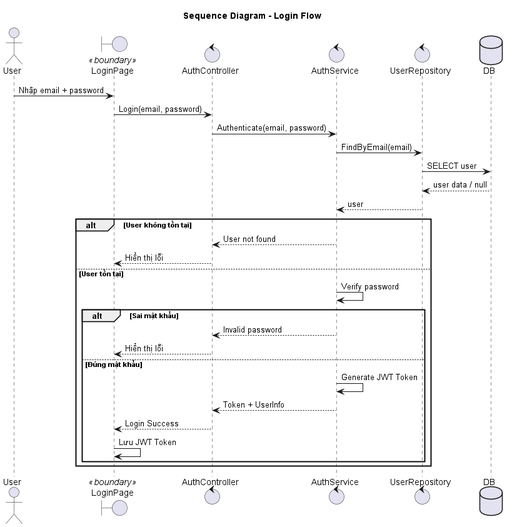
The PlantUML diagram out/sequence/đăng nhập/login_sequence.png in Faythpromax/E-Learning, before a commit.
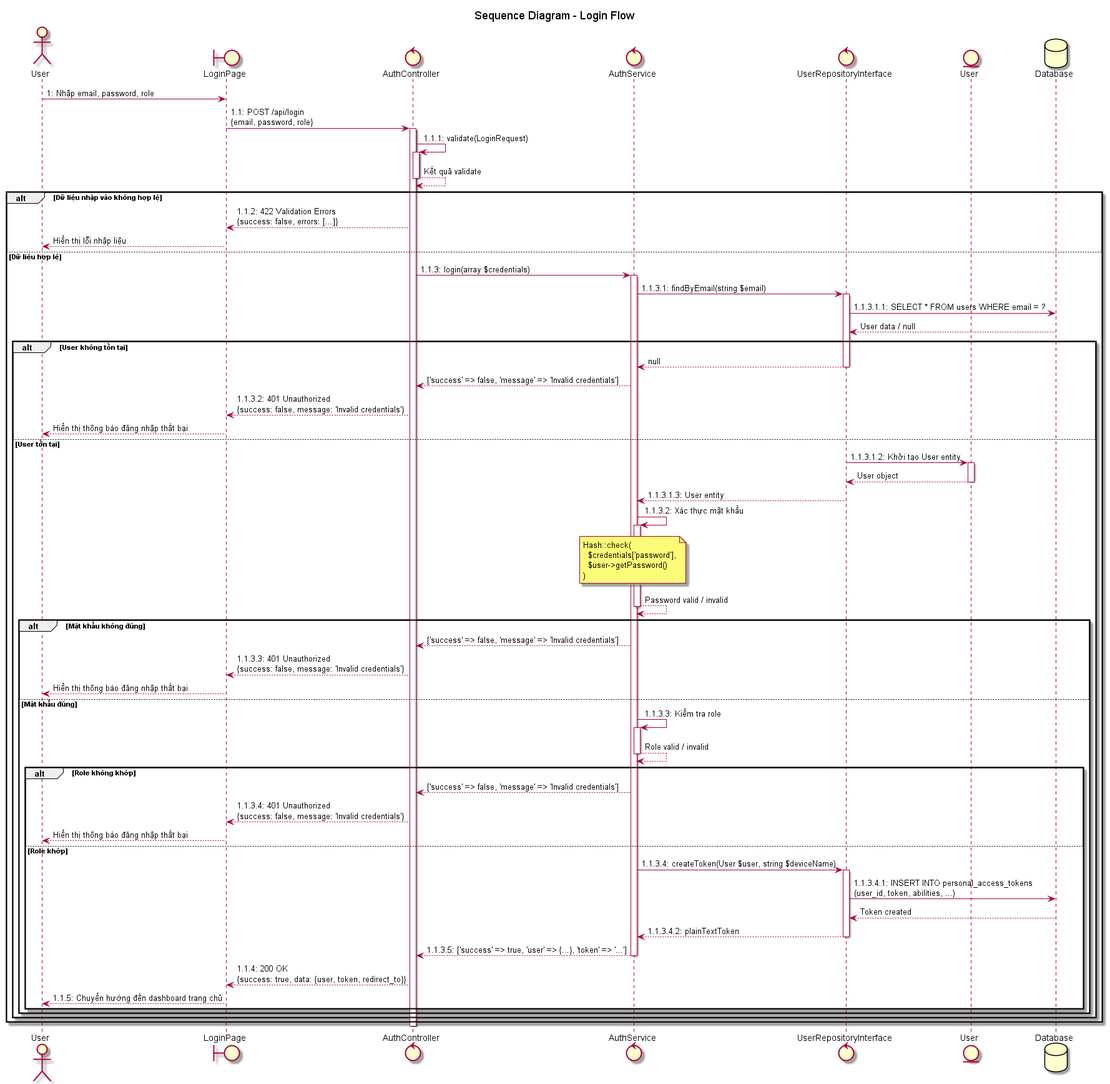
The same file after the commit.

Diff of the diagram source:
```diff
@@ -1,51 +1,88 @@
 @startuml login_sequence
 title Sequence Diagram - Login Flow
 
-actor User
-boundary "LoginPage" as UI <<boundary>>
-control AuthController
-control AuthService
-control UserRepository
-database DB
+actor "User" as user
+boundary "LoginPage" as UI
+control "AuthController" as controller
+control "AuthService" as service
+control "UserRepositoryInterface" as repository
+entity "User" as model
+database "Database" as db
 
-User -> UI: Nhập email + password
-UI -> AuthController: Login(email, password)
+user -> UI: 1: Nhập email, password, role
+UI -> controller: 1.1: POST /api/login\n{email, password, role}
+activate controller
 
-AuthController -> AuthService: Authenticate(email, password)
+controller -> controller++: 1.1.1: validate(LoginRequest)
+controller --> controller--: Kết quả validate
 
-AuthService -> UserRepository: FindByEmail(email)
-UserRepository -> DB: SELECT user
-DB --> UserRepository: user data / null
-UserRepository --> AuthService: user
+alt Dữ liệu nhập vào không hợp lệ
+    controller --> UI: 1.1.2: 422 Validation Errors\n{success: false, errors: [...]}
+    UI --> user: Hiển thị lỗi nhập liệu
+else Dữ liệu hợp lệ
+    controller -> service: 1.1.3: login(array $credentials)
+    activate service
 
-alt User không tồn tại
+    service -> repository: 1.1.3.1: findByEmail(string $email)
+    activate repository
 
+    repository -> db: 1.1.3.1.1: SELECT * FROM users WHERE email = ?
+    db --> repository: User data / null
 
-AuthService --> AuthController: User not found
-AuthController --> UI: Hiển thị lỗi
+    alt User không tồn tại
+        repository --> service: null
+        deactivate repository
 
+        service --> controller: ['success' => false, 'message' => 'Invalid credentials']
+        controller --> UI: 1.1.3.2: 401 Unauthorized\n{success: false, message: 'Invalid credentials'}
+        UI --> user: Hiển thị thông báo đăng nhập thất bại
+    else User tồn tại
+        repository -> model: 1.1.3.1.2: Khởi tạo User entity
+        activate model
+        model --> repository: User object
+        deactivate model
+        repository --> service: 1.1.3.1.3: User entity
+        deactivate repository
 
-else User tồn tại
+        service -> service++: 1.1.3.2: Xác thực mật khẩu
+        note over service
+          Hash::check(
+            $credentials['password'],
+            $user->getPassword()
+          )
+        end note
+        service --> service--: Password valid / invalid
 
+        alt Mật khẩu không đúng
+            service --> controller: ['success' => false, 'message' => 'Invalid credentials']
+            controller --> UI: 1.1.3.3: 401 Unauthorized\n{success: false, message: 'Invalid credentials'}
+            UI --> user: Hiển thị thông báo đăng nhập thất bại
+        else Mật khẩu đúng
+            service -> service++: 1.1.3.3: Kiểm tra role
+            service --> service--: Role valid / invalid
 
-AuthService -> AuthService: Verify password
+            alt Role không khớp
+                service --> controller: ['success' => false, 'message' => 'Invalid credentials']
+                controller --> UI: 1.1.3.4: 401 Unauthorized\n{success: false, message: 'Invalid credentials'}
+                UI --> user: Hiển thị thông báo đăng nhập thất bại
+            else Role khớp
+                service -> repository: 1.1.3.4: createToken(User $user, string $deviceName)
+                activate repository
 
-alt Sai mật khẩu
+                repository -> db: 1.1.3.4.1: INSERT INTO personal_access_tokens\n(user_id, token, abilities, ...)
+                db --> repository: Token created
+                repository --> service: 1.1.3.4.2: plainTextToken
+                deactivate repository
 
-    AuthService --> AuthController: Invalid password
-    AuthController --> UI: Hiển thị lỗi
+                service --> controller: 1.1.3.5: ['success' => true, 'user' => {...}, 'token' => '...']
+                deactivate service
 
-else Đúng mật khẩu
-
-    AuthService -> AuthService: Generate JWT Token
-
-    AuthService --> AuthController: Token + UserInfo
-    AuthController --> UI: Login Success
-    UI -> UI: Lưu JWT Token
-
+                controller --> UI: 1.1.4: 200 OK\n{success: true, data: {user, token, redirect_to}}
+                UI --> user: 1.1.5: Chuyển hướng đến dashboard trang chủ
+            end
+        end
+    end
 end
-
-
-end
+deactivate controller
 
 @enduml
```
